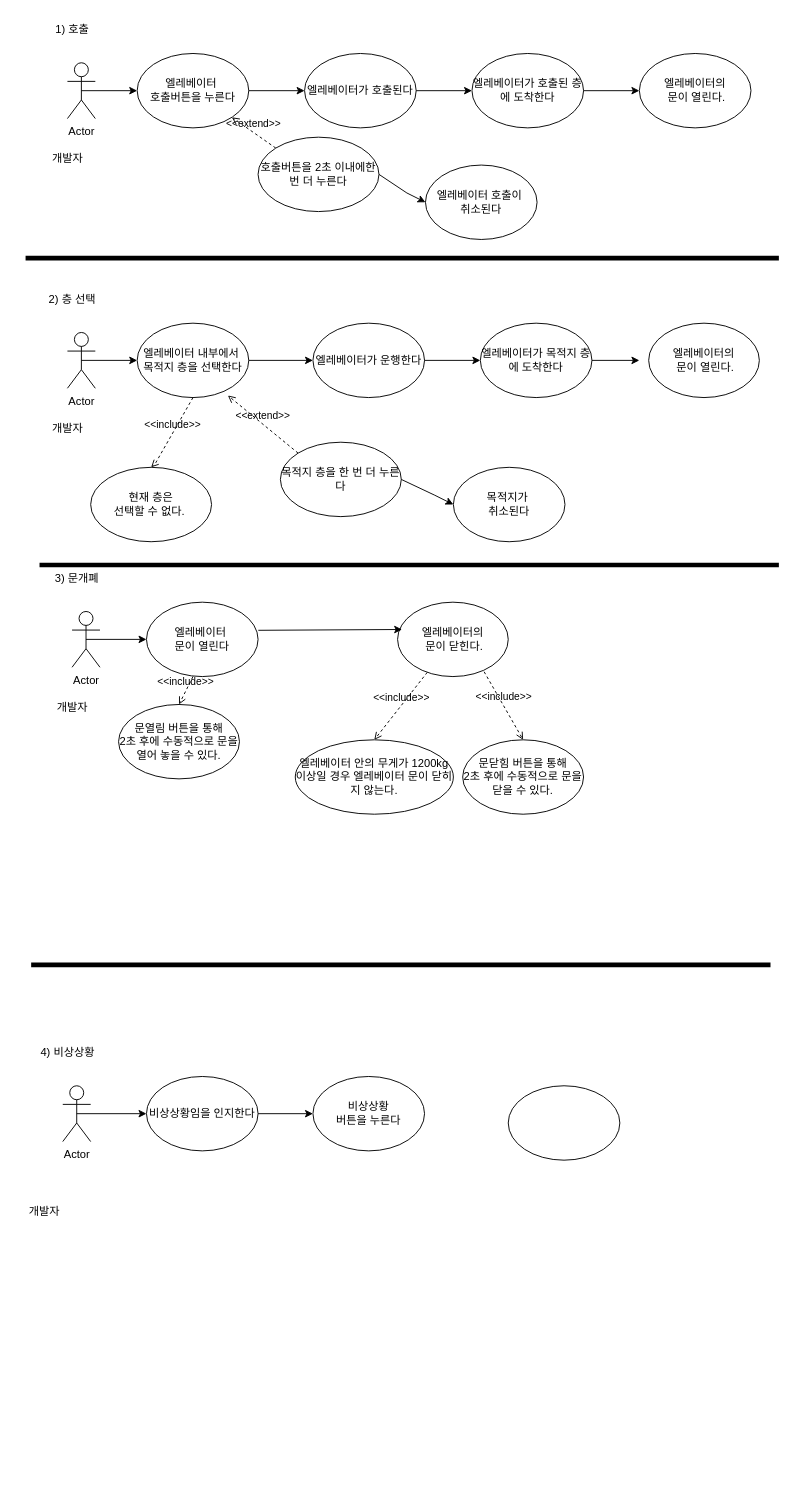
Above: page "페이지-2" (2 of 2) of sdf.drawio in doit0/usecase-diagram (draw.io), before the change. Source tidied: cells renumbered, new cells numbered last; positions are measured from the earlier drawing's top-left corner, leaving out a move shared by most shapes. Both pictures are drawn from the tidied source at 93%, with x=0, y=0 at pixel (16, 16).
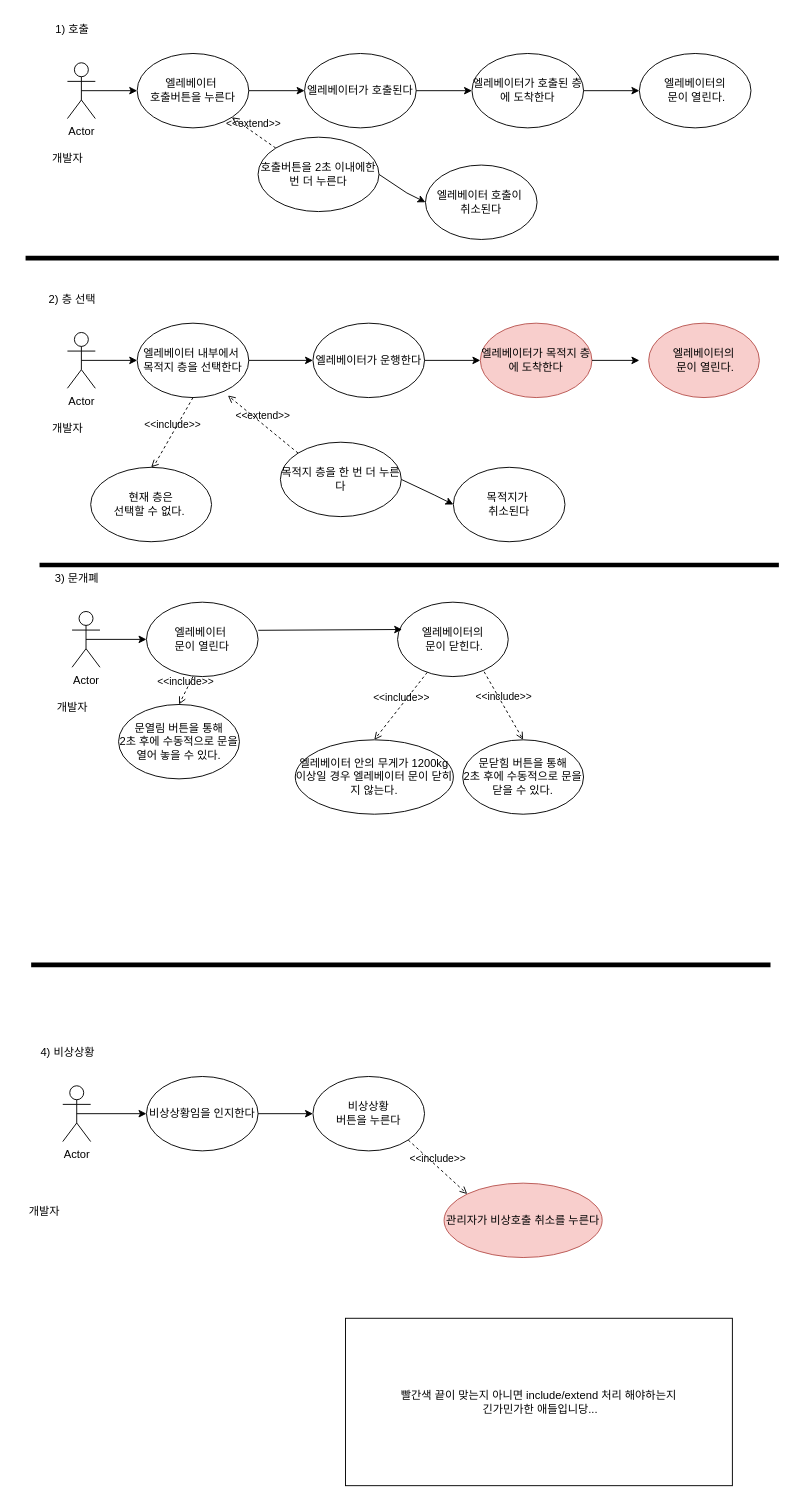
Above is the later version.

Unchanged cells that the change refers to:
```xml
<mxCell id="53" value="비상상황&lt;br&gt;버튼을 누른다" style="ellipse;whiteSpace=wrap;html=1;" parent="1" vertex="1">
  <mxGeometry x="319" y="1140" width="120" height="80" as="geometry" />
</mxCell>
```

What changed in the source:
```diff
@@
-    <mxCell id="40" value="엘레베이터가 목적지 층에 도착한다" style="ellipse;whiteSpace=wrap;html=1;" parent="1" vertex="1">
+    <mxCell id="40" value="엘레베이터가 목적지 층에 도착한다" style="ellipse;whiteSpace=wrap;html=1;fillColor=#f8cecc;strokeColor=#b85450;" parent="1" vertex="1">
       <mxGeometry x="499" y="330" width="120" height="80" as="geometry" />
     </mxCell>
@@
-    <mxCell id="42" value="엘레베이터의&lt;br&gt;&amp;nbsp;문이 열린다." style="ellipse;whiteSpace=wrap;html=1;" parent="1" vertex="1">
+    <mxCell id="42" value="엘레베이터의&lt;br&gt;&amp;nbsp;문이 열린다." style="ellipse;whiteSpace=wrap;html=1;fillColor=#f8cecc;strokeColor=#b85450;" parent="1" vertex="1">
       <mxGeometry x="680" y="330" width="119" height="80" as="geometry" />
     </mxCell>
@@
-    <mxCell id="57" style="ellipse;whiteSpace=wrap;html=1;" parent="1" vertex="1">
-      <mxGeometry x="529" y="1150" width="120" height="80" as="geometry" />
-    </mxCell>
+    <mxCell id="58" value="&amp;lt;&amp;lt;include&amp;gt;&amp;gt;" style="html=1;verticalAlign=bottom;labelBackgroundColor=none;endArrow=open;endFill=0;dashed=1;rounded=0;entryX=0;entryY=0;entryDx=0;entryDy=0;exitX=1;exitY=1;exitDx=0;exitDy=0;" parent="1" edge="1" source="53" target="59">
+      <mxGeometry relative="1" as="geometry" />
+    </mxCell>
+    <mxCell id="59" value="관리자가 비상호출 취소를 누른다" style="ellipse;whiteSpace=wrap;html=1;fillColor=#f8cecc;strokeColor=#b85450;" parent="1" vertex="1">
+      <mxGeometry x="460" y="1254.7" width="170" height="80" as="geometry" />
+    </mxCell>
+    <mxCell id="60" value="빨간색 끝이 맞는지 아니면 include/extend 처리 해야하는지&lt;br&gt;&amp;nbsp;긴가민가한 애들입니당..." style="rounded=0;whiteSpace=wrap;html=1;" parent="1" vertex="1">
+      <mxGeometry x="354" y="1400" width="416" height="180" as="geometry" />
+    </mxCell>
```
